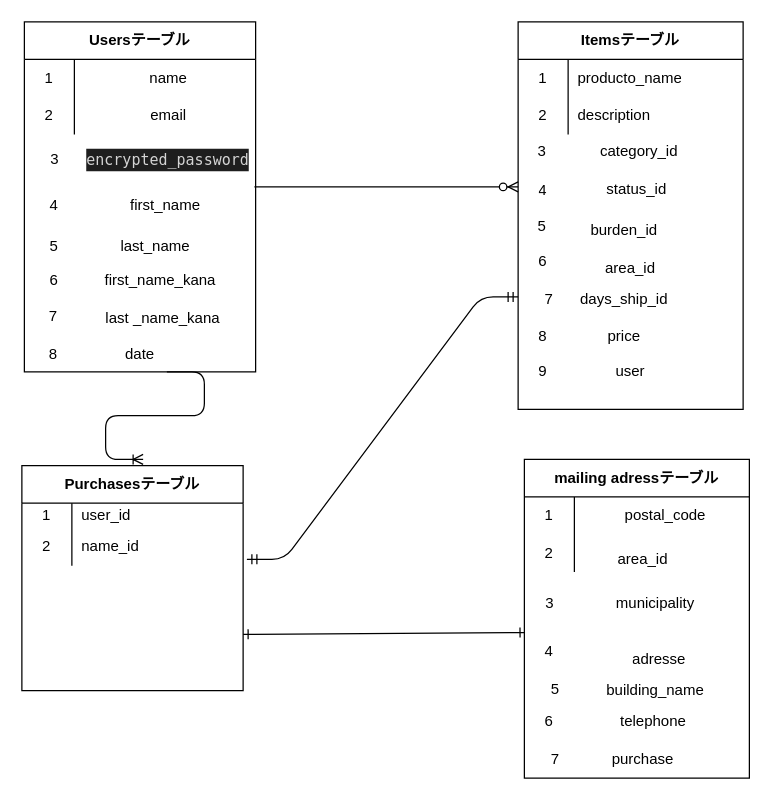
Earlier version of the draw.io diagram er.dio (takashi-Q/furima-34867). Source tidied: cells renumbered, new cells numbered last; positions are measured from the earlier drawing's top-left corner, leaving out a move shared by most shapes. Both pictures are drawn from the tidied source at 125%, with x=0, y=0 at pixel (21, 21).
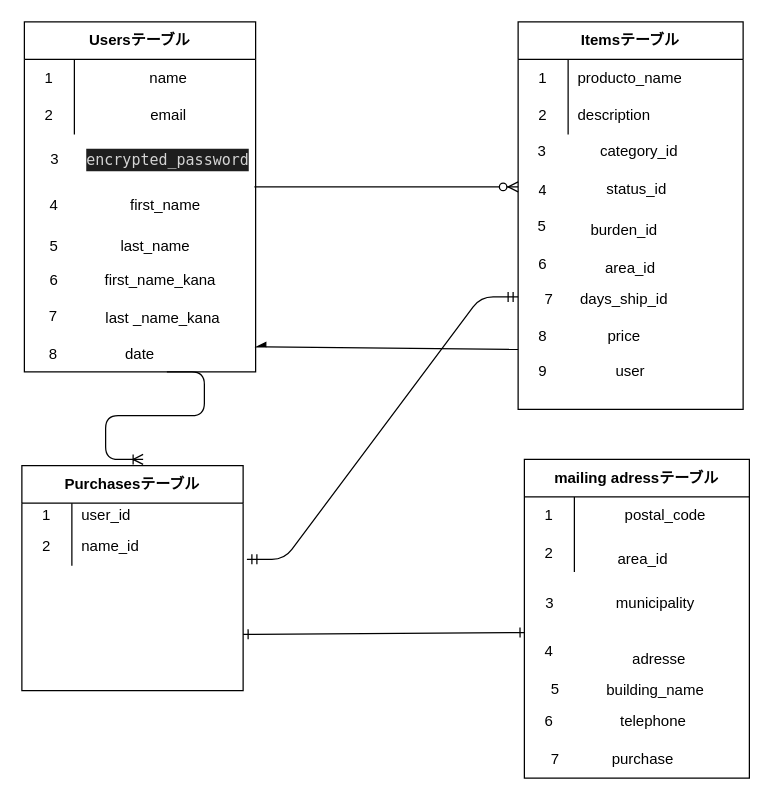
Above is the later version.

Commit message (it also covers changes not shown here):
データベース設計　No.7

Unchanged cells that the change refers to:
```xml
<mxCell id="66" value="8" style="text;html=1;strokeColor=none;fillColor=none;align=center;verticalAlign=middle;whiteSpace=wrap;rounded=0;" parent="1" vertex="1">
  <mxGeometry x="397" y="242" width="40" height="20" as="geometry" />
</mxCell>
```

Diff of the diagram source:
```diff
@@
     <mxCell id="41" value="6" style="shape=partialRectangle;html=1;whiteSpace=wrap;fillColor=none;top=0;left=0;bottom=0;right=0;overflow=hidden;" parent="1" vertex="1">
-      <mxGeometry x="397" y="177" width="40" height="30" as="geometry" />
+      <mxGeometry x="397" y="180" width="40" height="27" as="geometry" />
     </mxCell>
@@
+    <mxCell id="72" style="endArrow=none;html=1;entryX=0;entryY=1;entryDx=0;entryDy=0;startArrow=async;startFill=1;" parent="1" edge="1" target="66">
+      <mxGeometry relative="1" as="geometry">
+        <mxPoint x="187" y="260" as="sourcePoint" />
+      </mxGeometry>
+    </mxCell>
```
